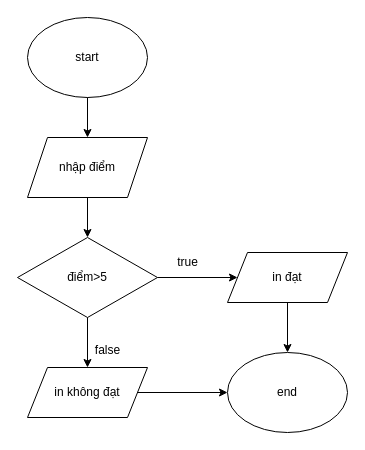
Above: ss1 b4.drawio in dinhthanh143/C---SESSION-1 (draw.io), before the change. Source tidied: cells renumbered, new cells numbered last; positions are measured from the earlier drawing's top-left corner, leaving out a move shared by most shapes. Both pictures are drawn from the tidied source at 100%, with x=0, y=0 at pixel (17, 17).
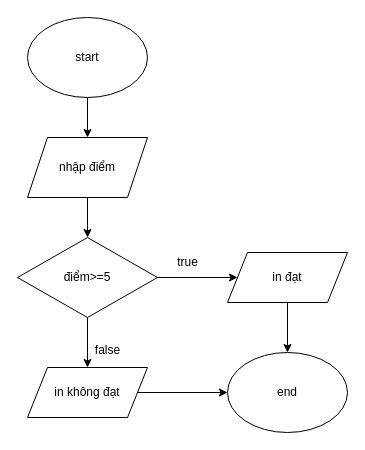
Above is the later version.

What changed in the source:
```diff
@@
 <mxGraphModel>
   <root>
     <mxCell id="0" />
     <mxCell id="1" parent="0" />
     <mxCell id="2" value="start" style="ellipse;whiteSpace=wrap;html=1;" parent="1" vertex="1">
       <mxGeometry x="10" width="120" height="80" as="geometry" />
     </mxCell>
     <mxCell id="3" style="endArrow=classic;html=1;rounded=0;exitX=0.5;exitY=1;exitDx=0;exitDy=0;" parent="1" edge="1" source="2" target="4">
       <mxGeometry relative="1" as="geometry" />
     </mxCell>
     <mxCell id="4" value="nhập điểm" style="shape=parallelogram;perimeter=parallelogramPerimeter;whiteSpace=wrap;html=1;fixedSize=1;" parent="1" vertex="1">
       <mxGeometry x="10" y="120" width="120" height="60" as="geometry" />
     </mxCell>
     <mxCell id="5" style="endArrow=classic;html=1;rounded=0;exitX=0.5;exitY=1;exitDx=0;exitDy=0;" parent="1" edge="1" source="4">
       <mxGeometry relative="1" as="geometry">
         <mxPoint x="70" y="220" as="targetPoint" />
       </mxGeometry>
     </mxCell>
-    <mxCell id="6" value="điểm&amp;gt;5" style="rhombus;whiteSpace=wrap;html=1;" parent="1" vertex="1">
+    <mxCell id="6" value="điểm&amp;gt;=5" style="rhombus;whiteSpace=wrap;html=1;" parent="1" vertex="1">
       <mxGeometry y="220" width="140" height="80" as="geometry" />
     </mxCell>
     <mxCell id="7" style="endArrow=classic;html=1;rounded=0;exitX=1;exitY=0.5;exitDx=0;exitDy=0;" parent="1" edge="1" source="6" target="9">
       <mxGeometry relative="1" as="geometry" />
     </mxCell>
     <mxCell id="8" style="endArrow=classic;html=1;rounded=0;exitX=0.5;exitY=1;exitDx=0;exitDy=0;" parent="1" edge="1" source="6">
       <mxGeometry relative="1" as="geometry">
         <mxPoint x="70" y="350" as="targetPoint" />
       </mxGeometry>
     </mxCell>
     <mxCell id="9" value="in đạt" style="shape=parallelogram;perimeter=parallelogramPerimeter;whiteSpace=wrap;html=1;fixedSize=1;" parent="1" vertex="1">
       <mxGeometry x="210" y="235" width="120" height="50" as="geometry" />
     </mxCell>
     <mxCell id="10" value="true" style="text;html=1;align=center;verticalAlign=middle;strokeColor=none;fillColor=none;" parent="1" vertex="1">
       <mxGeometry x="150" y="230" width="40" height="30" as="geometry" />
     </mxCell>
     <mxCell id="11" value="false" style="text;html=1;align=center;verticalAlign=middle;strokeColor=none;fillColor=none;" parent="1" vertex="1">
       <mxGeometry x="65" y="318" width="50" height="30" as="geometry" />
     </mxCell>
     <mxCell id="12" value="in không đạt" style="shape=parallelogram;perimeter=parallelogramPerimeter;whiteSpace=wrap;html=1;fixedSize=1;" parent="1" vertex="1">
       <mxGeometry x="10" y="350" width="120" height="50" as="geometry" />
     </mxCell>
     <mxCell id="13" style="endArrow=classic;html=1;rounded=0;exitX=1;exitY=0.5;exitDx=0;exitDy=0;" parent="1" edge="1" source="12">
       <mxGeometry relative="1" as="geometry">
         <mxPoint x="210" y="375" as="targetPoint" />
       </mxGeometry>
     </mxCell>
     <mxCell id="14" style="endArrow=classic;html=1;rounded=0;exitX=0.5;exitY=1;exitDx=0;exitDy=0;" parent="1" edge="1" source="9" target="15">
       <mxGeometry relative="1" as="geometry" />
     </mxCell>
     <mxCell id="15" value="end" style="ellipse;whiteSpace=wrap;html=1;" parent="1" vertex="1">
       <mxGeometry x="210" y="335" width="120" height="80" as="geometry" />
     </mxCell>
   </root>
 </mxGraphModel>
```
